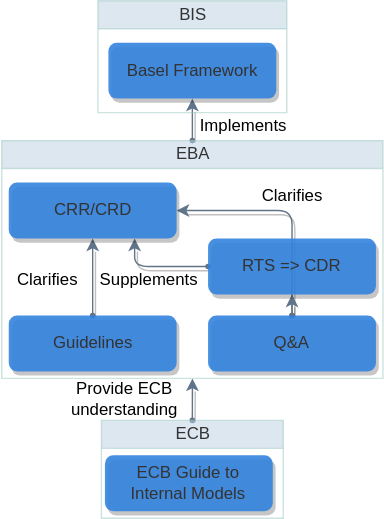
This is media/basel_crr_egim.drawio.svg from bergberg/eduquant-courses, a draw.io export, as it was before one commit. Source tidied: cells renumbered, new cells last; positions are measured from the earlier drawing's top-left corner, leaving out a move shared by most shapes.
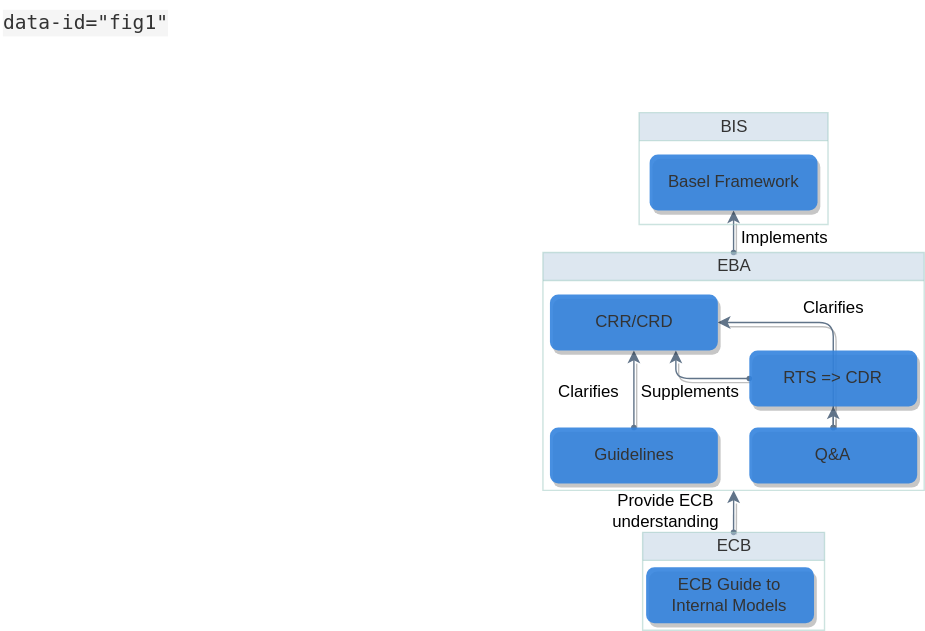
After the change.

The edit, as a diff of the source:
```diff
@@ -52,5 +52,8 @@
     <mxCell id="16" value="ECB Guide to Internal Models" style="whiteSpace=wrap;html=1;shadow=1;fontFamily=Helvetica;fontColor=#333333;fontStyle=0;strokeColor=none;fillColor=#3383DE;spacing=0;spacingTop=0;spacingLeft=4;spacingRight=4;rounded=1;glass=0;enumerate=0;enumerateValue=3;fontSize=12;opacity=90;" parent="15" vertex="1">
       <mxGeometry x="2.5" y="25" width="120" height="40" as="geometry" />
     </mxCell>
+    <mxCell id="17" value="&lt;div style=&quot;color: rgb(51, 51, 51); background-color: rgb(245, 245, 245); font-family: &amp;quot;droid sans mono&amp;quot;, &amp;quot;monospace&amp;quot;, monospace; font-weight: normal; font-size: 14px; line-height: 19px;&quot;&gt;&lt;div&gt;&lt;span style=&quot;color: #333333&quot;&gt;data-id=&quot;fig1&quot;&lt;/span&gt;&lt;/div&gt;&lt;/div&gt;" style="text;whiteSpace=wrap;html=1;" parent="1" vertex="1">
+      <mxGeometry x="-387" y="-80" width="135" height="30" as="geometry" />
+    </mxCell>
   </root>
 </mxGraphModel>
```
